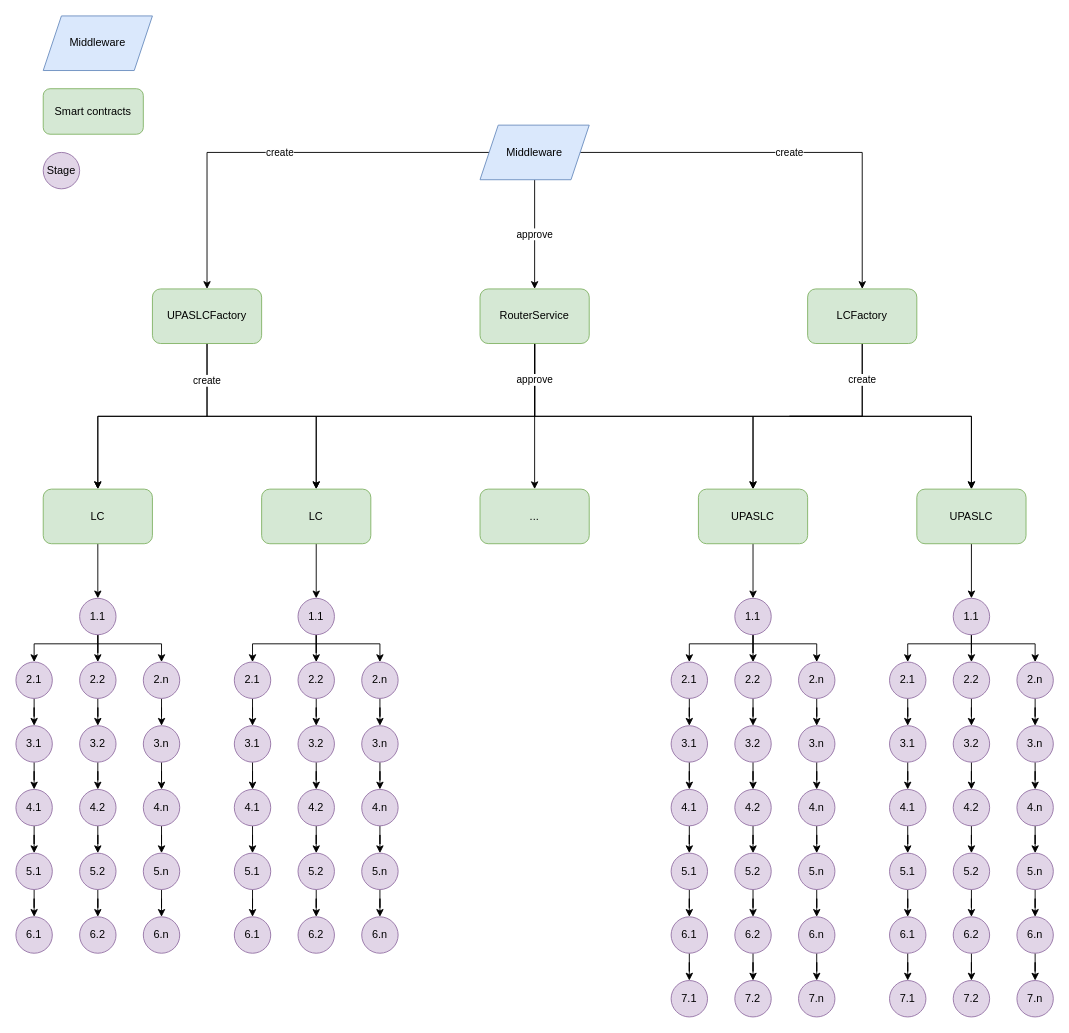
Above: page "Page-1" (1 of 4) of LC-smart-contracts.drawio in gdotcat/diagram (draw.io), before the change. Source tidied: cells renumbered, new cells numbered last; positions are measured from the earlier drawing's top-left corner, leaving out a move shared by most shapes. Both pictures are drawn from the tidied source at 91%, with x=0, y=0 at pixel (15, 15).
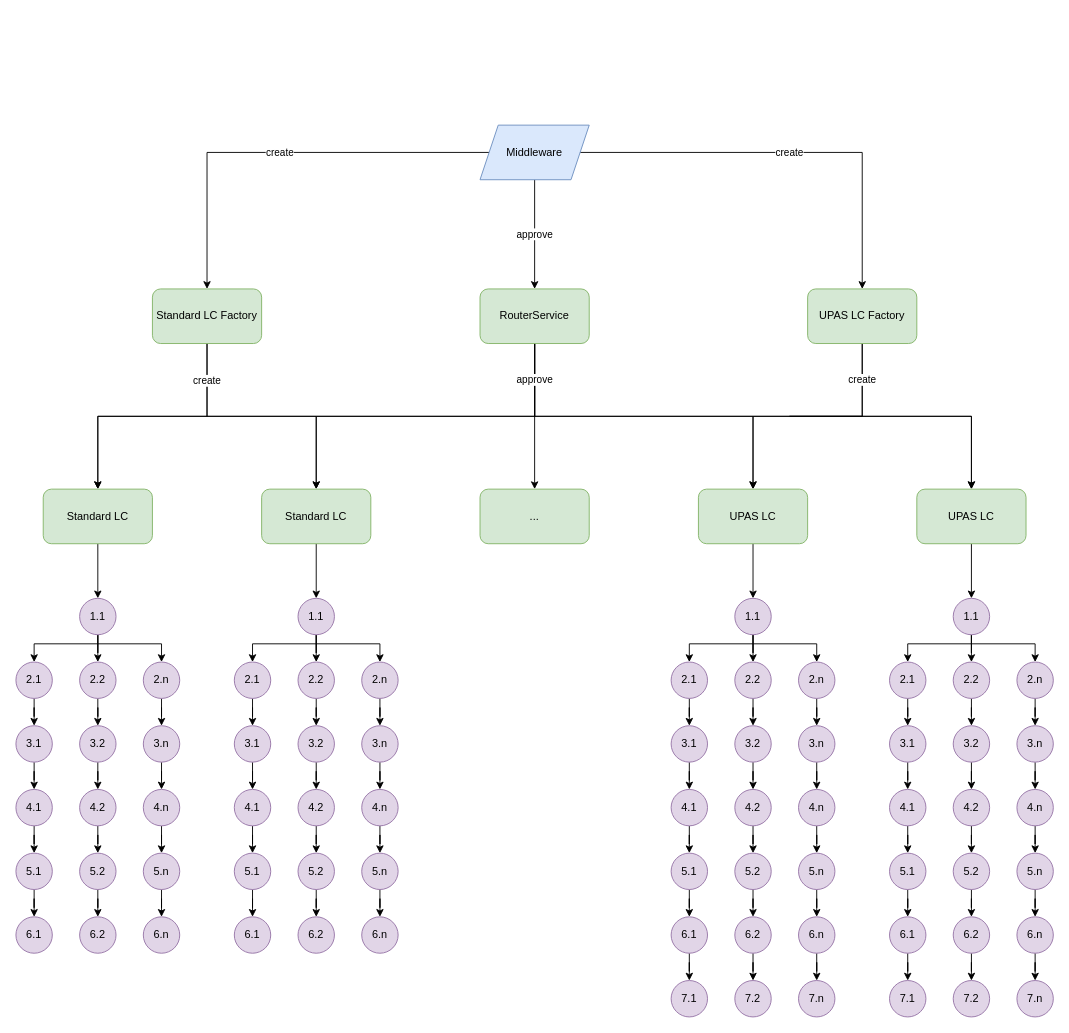
The same diagram, later.

Diff of the diagram source:
```diff
@@
-    <mxCell id="10" value="UPASLCFactory" style="rounded=1;whiteSpace=wrap;html=1;fillColor=#d5e8d4;strokeColor=#82b366;" parent="1" vertex="1">
+    <mxCell id="10" value="Standard LC Factory" style="rounded=1;whiteSpace=wrap;html=1;fillColor=#d5e8d4;strokeColor=#82b366;" parent="1" vertex="1">
       <mxGeometry x="150" y="300" width="120" height="60" as="geometry" />
     </mxCell>
@@
-    <mxCell id="13" value="LCFactory" style="rounded=1;whiteSpace=wrap;html=1;fillColor=#d5e8d4;strokeColor=#82b366;" parent="1" vertex="1">
+    <mxCell id="13" value="UPAS LC Factory" style="rounded=1;whiteSpace=wrap;html=1;fillColor=#d5e8d4;strokeColor=#82b366;" parent="1" vertex="1">
       <mxGeometry x="870" y="300" width="120" height="60" as="geometry" />
     </mxCell>
@@
-    <mxCell id="19" value="LC" style="rounded=1;whiteSpace=wrap;html=1;fillColor=#d5e8d4;strokeColor=#82b366;" parent="1" vertex="1">
+    <mxCell id="19" value="Standard LC" style="rounded=1;whiteSpace=wrap;html=1;fillColor=#d5e8d4;strokeColor=#82b366;" parent="1" vertex="1">
       <mxGeometry x="30" y="520" width="120" height="60" as="geometry" />
     </mxCell>
@@
-    <mxCell id="21" value="LC" style="rounded=1;whiteSpace=wrap;html=1;fillColor=#d5e8d4;strokeColor=#82b366;" parent="1" vertex="1">
+    <mxCell id="21" value="Standard LC" style="rounded=1;whiteSpace=wrap;html=1;fillColor=#d5e8d4;strokeColor=#82b366;" parent="1" vertex="1">
       <mxGeometry x="270" y="520" width="120" height="60" as="geometry" />
     </mxCell>
@@
-    <mxCell id="23" value="UPASLC" style="rounded=1;whiteSpace=wrap;html=1;fillColor=#d5e8d4;strokeColor=#82b366;" parent="1" vertex="1">
+    <mxCell id="23" value="UPAS LC" style="rounded=1;whiteSpace=wrap;html=1;fillColor=#d5e8d4;strokeColor=#82b366;" parent="1" vertex="1">
       <mxGeometry x="750" y="520" width="120" height="60" as="geometry" />
     </mxCell>
@@
-    <mxCell id="25" value="UPASLC" style="rounded=1;whiteSpace=wrap;html=1;fillColor=#d5e8d4;strokeColor=#82b366;" parent="1" vertex="1">
+    <mxCell id="25" value="UPAS LC" style="rounded=1;whiteSpace=wrap;html=1;fillColor=#d5e8d4;strokeColor=#82b366;" parent="1" vertex="1">
       <mxGeometry x="990" y="520" width="120" height="60" as="geometry" />
     </mxCell>
@@
-    <mxCell id="27" value="Smart contracts" style="rounded=1;whiteSpace=wrap;html=1;fillColor=#d5e8d4;strokeColor=#82b366;" parent="1" vertex="1">
-      <mxGeometry x="30" y="80" width="110" height="50" as="geometry" />
-    </mxCell>
@@
-    <mxCell id="116" value="Stage" style="ellipse;whiteSpace=wrap;html=1;fillColor=#e1d5e7;strokeColor=#9673a6;" parent="1" vertex="1">
-      <mxGeometry x="30" y="150" width="40" height="40" as="geometry" />
-    </mxCell>
@@
-    <mxCell id="165" value="Middleware" style="shape=parallelogram;perimeter=parallelogramPerimeter;whiteSpace=wrap;html=1;fixedSize=1;fillColor=#dae8fc;strokeColor=#6c8ebf;" parent="1" vertex="1">
-      <mxGeometry x="30" width="120" height="60" as="geometry" />
-    </mxCell>
```
